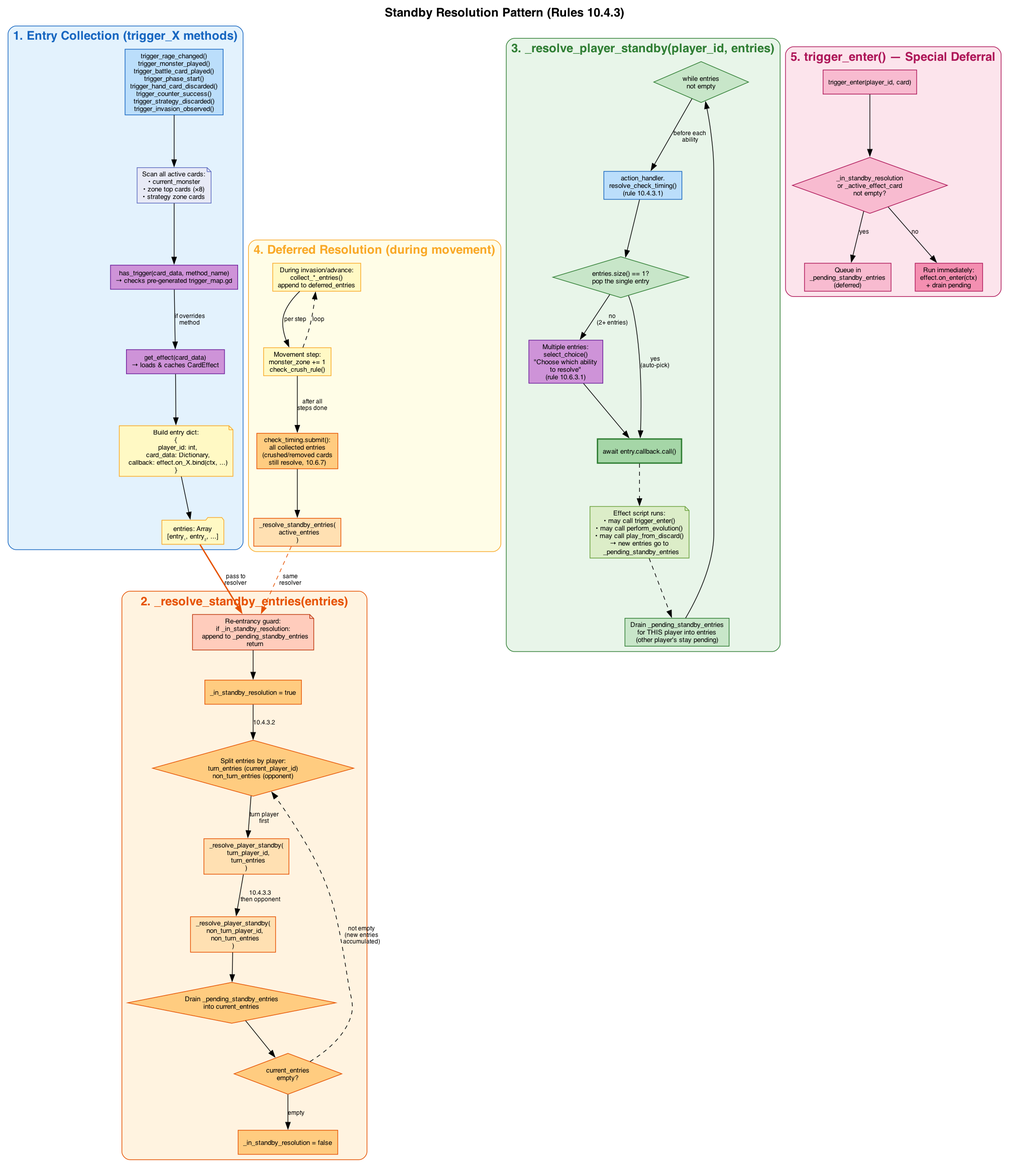
Earlier version of the Graphviz export docs/graphs/standby_resolution.png (hunterdurbin/godzilla-sim). Its source is kept beside it as docs/graphs/standby_resolution.dot. Its diagram source:
```dot
digraph standby_resolution {
    rankdir=TB
    label="Standby Resolution Pattern (Rules 10.4.3)"
    labelloc=t
    fontsize=18
    fontname="Helvetica-Bold"
    bgcolor="white"
    nodesep=0.5
    ranksep=0.6

    node [fontname="Helvetica" fontsize=10 style=filled shape=box]
    edge [fontname="Helvetica" fontsize=9]

    subgraph cluster_collection {
        label="1. Entry Collection (trigger_X methods)"
        style=rounded
        color="#1565C0"
        fontcolor="#1565C0"
        bgcolor="#E3F2FD"

        trigger_x [label="trigger_rage_changed()\ntrigger_monster_played()\ntrigger_battle_card_played()\ntrigger_phase_start()\ntrigger_hand_card_discarded()\ntrigger_counter_success()\ntrigger_strategy_discarded()\ntrigger_invasion_observed()" fillcolor="#BBDEFB" color="#1565C0"]

        scan [label="Scan all active cards:\n• current_monster\n• zone top cards (×8)\n• strategy zone cards" shape=note fillcolor="#E8EAF6" color="#5C6BC0"]

        has_trigger [label="has_trigger(card_data, method_name)\n→ checks pre-generated trigger_map.gd" fillcolor="#CE93D8" color="#6A1B9A"]

        get_effect [label="get_effect(card_data)\n→ loads & caches CardEffect" fillcolor="#CE93D8" color="#6A1B9A"]

        build_entry [label="Build entry dict:\n{\n  player_id: int,\n  card_data: Dictionary,\n  callback: effect.on_X.bind(ctx, ...)\n}" shape=note fillcolor="#FFF9C4" color="#F9A825"]

        entries_arr [label="entries: Array\n[entry₁, entry₂, ...]" fillcolor="#FFF9C4" color="#F9A825" shape=folder]

        trigger_x -> scan -> has_trigger
        has_trigger -> get_effect [label="if overrides\nmethod"]
        get_effect -> build_entry -> entries_arr
    }

    subgraph cluster_resolve {
        label="2. _resolve_standby_entries(entries)"
        style=rounded
        color="#E65100"
        fontcolor="#E65100"
        bgcolor="#FFF3E0"

        guard [label="Re-entrancy guard:\nif _in_standby_resolution:\n  append to _pending_standby_entries\n  return" fillcolor="#FFCCBC" color="#BF360C" shape=note]

        set_flag [label="_in_standby_resolution = true" fillcolor="#FFCC80" color="#E65100"]

        split [label="Split entries by player:\nturn_entries (current_player_id)\nnon_turn_entries (opponent)" fillcolor="#FFCC80" color="#E65100" shape=diamond]

        resolve_turn [label="_resolve_player_standby(\n  turn_player_id,\n  turn_entries\n)" fillcolor="#FFE0B2" color="#E65100"]

        resolve_non [label="_resolve_player_standby(\n  non_turn_player_id,\n  non_turn_entries\n)" fillcolor="#FFE0B2" color="#E65100"]

        drain [label="Drain _pending_standby_entries\ninto current_entries" fillcolor="#FFCC80" color="#E65100" shape=diamond]

        loop_check [label="current_entries\nempty?" fillcolor="#FFCC80" color="#E65100" shape=diamond]

        clear_flag [label="_in_standby_resolution = false" fillcolor="#FFCC80" color="#E65100"]

        guard -> set_flag
        set_flag -> split [label="10.4.3.2"]
        split -> resolve_turn [label="turn player\nfirst"]
        resolve_turn -> resolve_non [label="10.4.3.3\nthen opponent"]
        resolve_non -> drain
        drain -> loop_check
        loop_check -> split [label="not empty\n(new entries\naccumulated)" style=dashed]
        loop_check -> clear_flag [label="empty"]
    }

    subgraph cluster_player {
        label="3. _resolve_player_standby(player_id, entries)"
        style=rounded
        color="#2E7D32"
        fontcolor="#2E7D32"
        bgcolor="#E8F5E9"

        while_loop [label="while entries\nnot empty" fillcolor="#C8E6C9" color="#2E7D32" shape=diamond]

        check_timing [label="action_handler.\nresolve_check_timing()\n(rule 10.4.3.1)" fillcolor="#BBDEFB" color="#1565C0"]

        one_entry [label="entries.size() == 1?\npop the single entry" fillcolor="#C8E6C9" color="#2E7D32" shape=diamond]

        choose [label="Multiple entries:\nselect_choice()\n\"Choose which ability\nto resolve\"\n(rule 10.6.3.1)" fillcolor="#CE93D8" color="#6A1B9A"]

        execute [label="await entry.callback.call()" fillcolor="#A5D6A7" color="#2E7D32" penwidth=2]

        effect_runs [label="Effect script runs:\n• may call trigger_enter()\n• may call perform_evolution()\n• may call play_from_discard()\n→ new entries go to\n  _pending_standby_entries" shape=note fillcolor="#DCEDC8" color="#689F38"]

        drain_same [label="Drain _pending_standby_entries\nfor THIS player into entries\n(other player's stay pending)" fillcolor="#C8E6C9" color="#2E7D32"]

        while_loop -> check_timing [label="before each\nability"]
        check_timing -> one_entry
        one_entry -> execute [label="yes\n(auto-pick)"]
        one_entry -> choose [label="no\n(2+ entries)"]
        choose -> execute
        execute -> effect_runs [style=dashed]
        effect_runs -> drain_same [style=dashed]
        drain_same -> while_loop
    }

    subgraph cluster_deferred {
        label="4. Deferred Resolution (during movement)"
        style=rounded
        color="#F9A825"
        fontcolor="#F9A825"
        bgcolor="#FFFDE7"

        collect [label="During invasion/advance:\ncollect_*_entries()\nappend to deferred_entries" fillcolor="#FFF9C4" color="#F9A825"]

        movement [label="Movement step:\nmonster_zone += 1\ncheck_crush_rule()" fillcolor="#FFF9C4" color="#F9A825"]

        filter [label="check_timing.submit():\nall collected entries\n(crushed/removed cards\nstill resolve, 10.6.7)" fillcolor="#FFCC80" color="#E65100"]

        to_standby [label="_resolve_standby_entries(\n  active_entries\n)" fillcolor="#FFE0B2" color="#E65100"]

        collect -> movement [label="per step"]
        movement -> collect [label="loop" style=dashed]
        movement -> filter [label="after all\nsteps done"]
        filter -> to_standby
    }

    subgraph cluster_enter {
        label="5. trigger_enter() — Special Deferral"
        style=rounded
        color="#AD1457"
        fontcolor="#AD1457"
        bgcolor="#FCE4EC"

        enter_check [label="trigger_enter(player_id, card)" fillcolor="#F8BBD0" color="#AD1457"]
        in_standby [label="_in_standby_resolution\nor _active_effect_card\nnot empty?" fillcolor="#F8BBD0" color="#AD1457" shape=diamond]
        defer_enter [label="Queue in\n_pending_standby_entries\n(deferred)" fillcolor="#F8BBD0" color="#AD1457"]
        run_enter [label="Run immediately:\neffect.on_enter(ctx)\n+ drain pending" fillcolor="#F48FB1" color="#AD1457"]

        enter_check -> in_standby
        in_standby -> defer_enter [label="yes"]
        in_standby -> run_enter [label="no"]
    }

    entries_arr -> guard [label="pass to\nresolver" penwidth=2 color="#E65100"]
    to_standby -> guard [label="same\nresolver" style=dashed color="#E65100"]
}
```
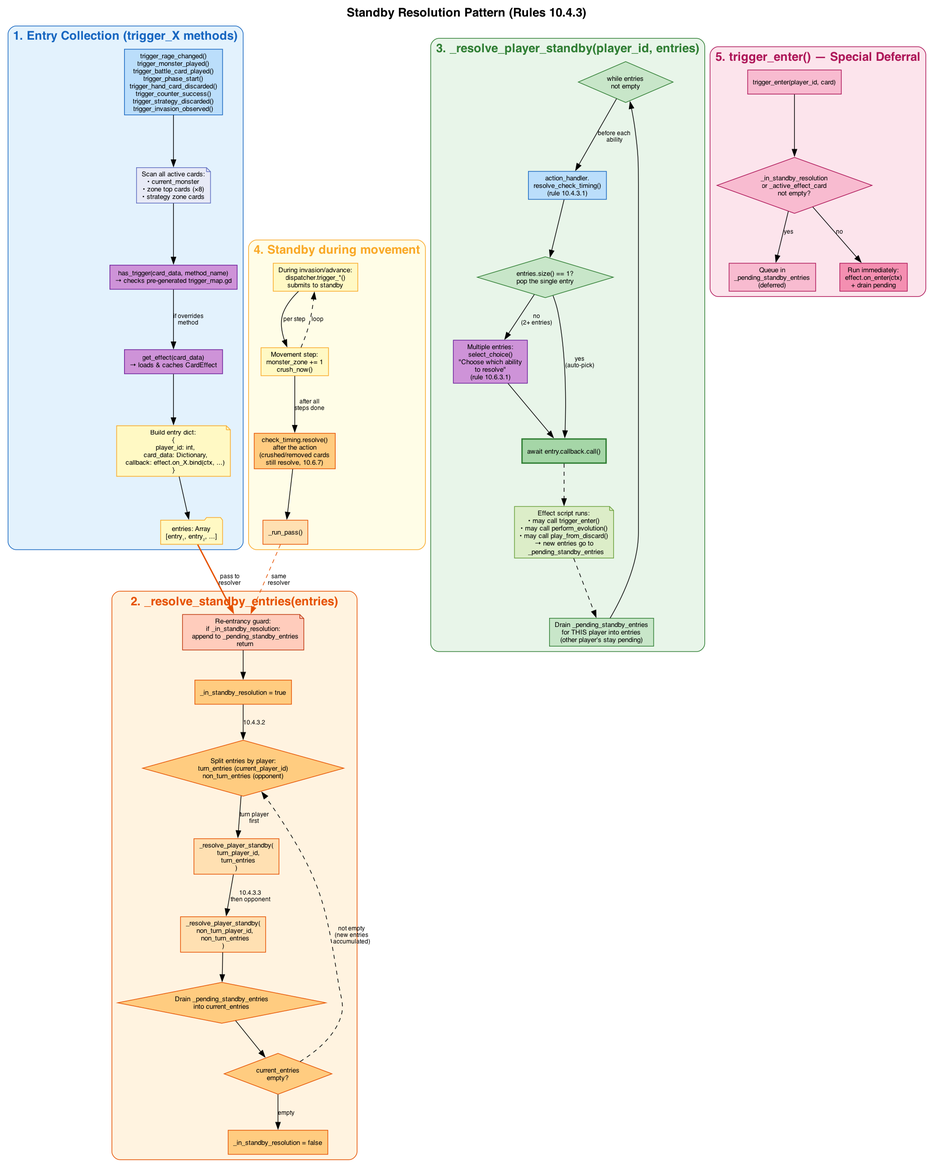
After the change.

Change to the diagram source:
```diff
@@ -100,19 +100,19 @@
     }
 
     subgraph cluster_deferred {
-        label="4. Deferred Resolution (during movement)"
+        label="4. Standby during movement"
         style=rounded
         color="#F9A825"
         fontcolor="#F9A825"
         bgcolor="#FFFDE7"
 
-        collect [label="During invasion/advance:\ncollect_*_entries()\nappend to deferred_entries" fillcolor="#FFF9C4" color="#F9A825"]
+        collect [label="During invasion/advance:\ndispatcher.trigger_*()\nsubmits to standby" fillcolor="#FFF9C4" color="#F9A825"]
 
-        movement [label="Movement step:\nmonster_zone += 1\ncheck_crush_rule()" fillcolor="#FFF9C4" color="#F9A825"]
+        movement [label="Movement step:\nmonster_zone += 1\ncrush_now()" fillcolor="#FFF9C4" color="#F9A825"]
 
-        filter [label="check_timing.submit():\nall collected entries\n(crushed/removed cards\nstill resolve, 10.6.7)" fillcolor="#FFCC80" color="#E65100"]
+        filter [label="check_timing.resolve()\nafter the action\n(crushed/removed cards\nstill resolve, 10.6.7)" fillcolor="#FFCC80" color="#E65100"]
 
-        to_standby [label="_resolve_standby_entries(\n  active_entries\n)" fillcolor="#FFE0B2" color="#E65100"]
+        to_standby [label="_run_pass()" fillcolor="#FFE0B2" color="#E65100"]
 
         collect -> movement [label="per step"]
         movement -> collect [label="loop" style=dashed]
```
